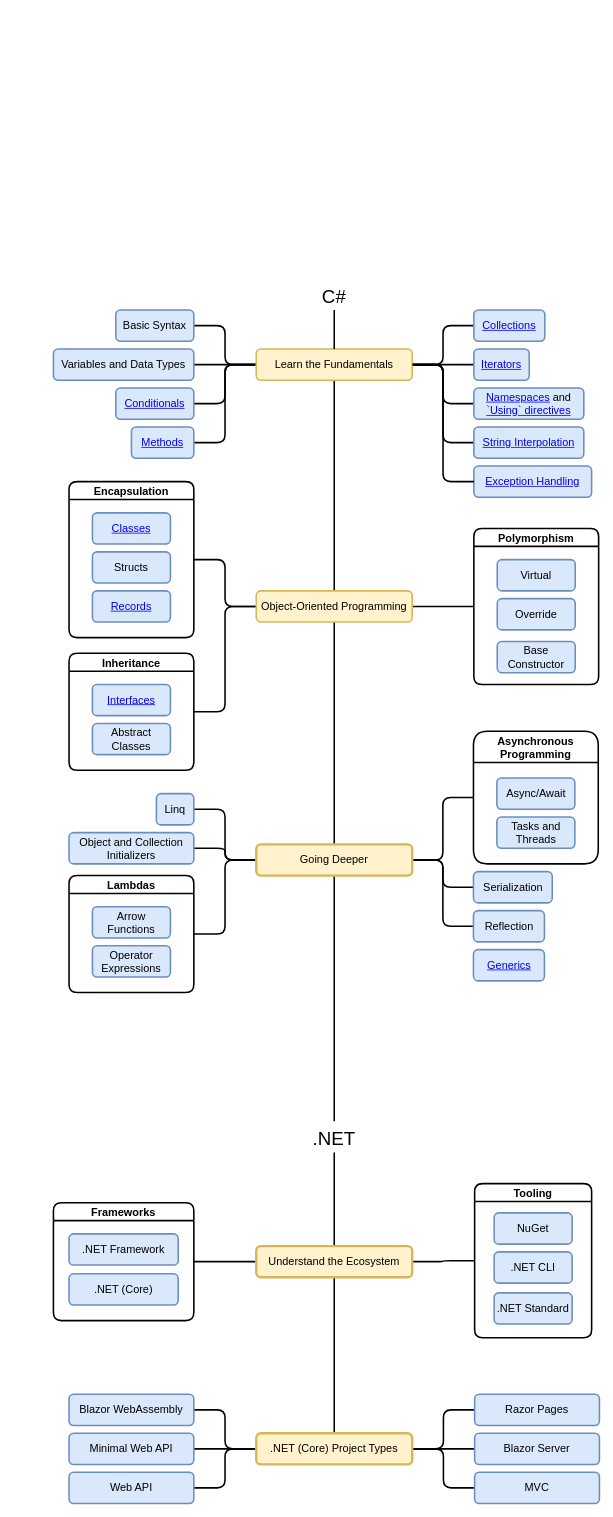
gridlocdev/csharp-learning-roadmap keeps this draw.io diagram as dotnet-developer-roadmap.drawio. Above is the earlier version. Source tidied: cells renumbered, new cells numbered last; positions are measured from the earlier drawing's top-left corner, leaving out a move shared by most shapes. Both pictures are drawn from the tidied source at 78%, with x=0, y=0 at pixel (53, 278).
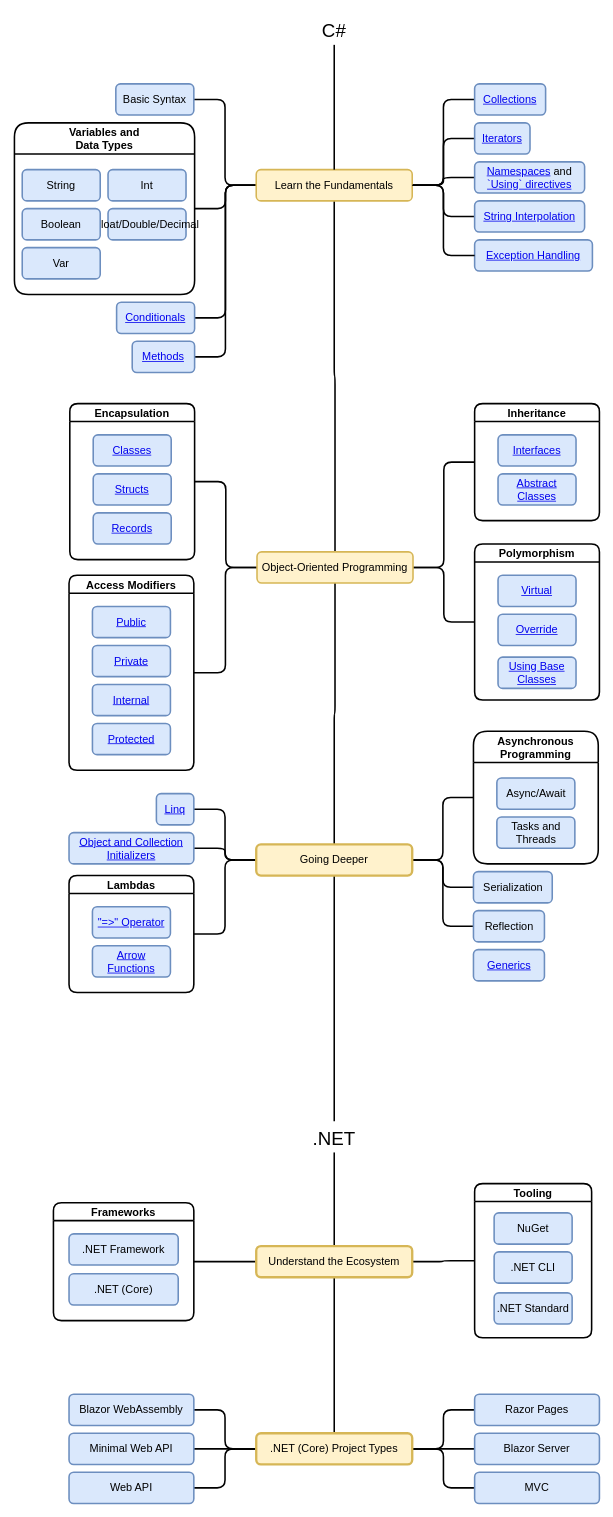
Above is the later version.

The change refers to these unchanged cells:
```xml
<mxCell id="50" value="Lambdas" style="swimlane;rounded=1;fontSize=14;strokeWidth=2;" parent="1" vertex="1">
  <mxGeometry x="20" y="765" width="160" height="150" as="geometry" />
</mxCell>
```

What changed in the source:
```diff
@@
-    <mxCell id="7" style="edgeStyle=orthogonalEdgeStyle;rounded=1;jettySize=auto;html=1;exitX=1;exitY=0.5;exitDx=0;exitDy=0;fontSize=14;endArrow=none;endFill=0;strokeWidth=2;" parent="1" edge="1" source="11" target="20">
-      <mxGeometry relative="1" as="geometry" />
-    </mxCell>
@@
+    <mxCell id="7" style="edgeStyle=orthogonalEdgeStyle;rounded=1;jettySize=auto;html=1;exitX=1;exitY=0.5;exitDx=0;exitDy=0;entryX=0;entryY=0.5;entryDx=0;entryDy=0;endArrow=none;endFill=0;strokeWidth=2;" parent="1" edge="1" source="11" target="20">
+      <mxGeometry relative="1" as="geometry" />
+    </mxCell>
     <mxCell id="11" value="&lt;font style=&quot;font-size: 14px;&quot;&gt;Learn the Fundamentals&lt;/font&gt;" style="rounded=1;whiteSpace=wrap;html=1;fillColor=#fff2cc;strokeColor=#d6b656;strokeWidth=2;fontSize=14;" parent="1" vertex="1">
-      <mxGeometry x="260" y="90" width="200" height="40" as="geometry" />
+      <mxGeometry x="260" y="-140" width="200" height="40" as="geometry" />
     </mxCell>
@@
     <mxCell id="13" value="&lt;div style=&quot;font-size: 24px;&quot;&gt;&lt;font style=&quot;font-size: 24px;&quot;&gt;C#&lt;/font&gt;&lt;/div&gt;" style="text;html=1;strokeColor=none;fillColor=none;align=center;verticalAlign=bottom;whiteSpace=wrap;rounded=0;fontSize=24;" parent="1" vertex="1">
-      <mxGeometry x="330" width="60" height="40" as="geometry" />
+      <mxGeometry x="330" y="-340" width="60" height="40" as="geometry" />
     </mxCell>
     <mxCell id="14" value="&lt;div style=&quot;font-size: 14px;&quot;&gt;Basic Syntax&lt;/div&gt;" style="rounded=1;whiteSpace=wrap;html=1;fillColor=#dae8fc;strokeColor=#6c8ebf;strokeWidth=2;fontSize=14;" parent="1" vertex="1">
-      <mxGeometry x="80" y="40" width="100" height="40" as="geometry" />
+      <mxGeometry x="80" y="-250" width="100" height="40" as="geometry" />
     </mxCell>
-    <mxCell id="15" value="Variables and Data Types" style="rounded=1;whiteSpace=wrap;html=1;fillColor=#dae8fc;strokeColor=#6c8ebf;strokeWidth=2;fontSize=14;" parent="1" vertex="1">
-      <mxGeometry y="90" width="180" height="40" as="geometry" />
-    </mxCell>
     <mxCell id="16" value="&lt;div style=&quot;font-size: 14px&quot;&gt;&lt;a href=&quot;https://docs.microsoft.com/en-us/dotnet/csharp/language-reference/statements/selection-statements&quot;&gt;Conditionals&lt;/a&gt;&lt;/div&gt;" style="rounded=1;whiteSpace=wrap;html=1;fillColor=#dae8fc;strokeColor=#6c8ebf;strokeWidth=2;fontSize=14;" parent="1" vertex="1">
-      <mxGeometry x="80" y="140" width="100" height="40" as="geometry" />
+      <mxGeometry x="81" y="30" width="100" height="40" as="geometry" />
     </mxCell>
     <mxCell id="17" value="&lt;a href=&quot;https://docs.microsoft.com/en-us/dotnet/csharp/methods&quot;&gt;Methods&lt;/a&gt;" style="rounded=1;whiteSpace=wrap;html=1;fillColor=#dae8fc;strokeColor=#6c8ebf;strokeWidth=2;fontSize=14;" parent="1" vertex="1">
-      <mxGeometry x="100" y="190" width="80" height="40" as="geometry" />
+      <mxGeometry x="101" y="80" width="80" height="40" as="geometry" />
     </mxCell>
     <mxCell id="18" value="&lt;a href=&quot;https://docs.microsoft.com/en-us/dotnet/csharp/fundamentals/types/namespaces&quot;&gt;Namespaces&lt;/a&gt; and &lt;a href=&quot;https://docs.microsoft.com/en-us/dotnet/csharp/language-reference/keywords/using-directive&quot;&gt;`Using` directives&lt;/a&gt;" style="rounded=1;whiteSpace=wrap;html=1;fillColor=#dae8fc;strokeColor=#6c8ebf;strokeWidth=2;fontSize=14;" parent="1" vertex="1">
-      <mxGeometry x="539" y="140" width="141" height="40" as="geometry" />
+      <mxGeometry x="540" y="-150" width="141" height="40" as="geometry" />
     </mxCell>
     <mxCell id="19" value="&lt;div style=&quot;font-size: 14px&quot;&gt;&lt;a href=&quot;https://docs.microsoft.com/en-us/dotnet/csharp/programming-guide/concepts/collections&quot;&gt;Collections&lt;/a&gt;&lt;/div&gt;" style="rounded=1;whiteSpace=wrap;html=1;fillColor=#dae8fc;strokeColor=#6c8ebf;strokeWidth=2;fontSize=14;" parent="1" vertex="1">
-      <mxGeometry x="539" y="40" width="91" height="40" as="geometry" />
+      <mxGeometry x="540" y="-250" width="91" height="40" as="geometry" />
     </mxCell>
     <mxCell id="20" value="&lt;div style=&quot;font-size: 14px&quot;&gt;&lt;a href=&quot;https://docs.microsoft.com/en-us/dotnet/csharp/programming-guide/concepts/iterators&quot;&gt;Iterators&lt;/a&gt;&lt;/div&gt;" style="rounded=1;whiteSpace=wrap;html=1;fillColor=#dae8fc;strokeColor=#6c8ebf;strokeWidth=2;fontSize=14;" parent="1" vertex="1">
-      <mxGeometry x="539" y="90" width="71" height="40" as="geometry" />
+      <mxGeometry x="540" y="-200" width="71" height="40" as="geometry" />
     </mxCell>
     <mxCell id="21" value="&lt;div style=&quot;font-size: 14px&quot;&gt;&lt;a href=&quot;https://docs.microsoft.com/en-us/dotnet/csharp/language-reference/tokens/interpolated&quot;&gt;String Interpolation&lt;br style=&quot;font-size: 14px&quot;&gt;&lt;/a&gt;&lt;/div&gt;" style="rounded=1;whiteSpace=wrap;html=1;fillColor=#dae8fc;strokeColor=#6c8ebf;strokeWidth=2;fontSize=14;" parent="1" vertex="1">
-      <mxGeometry x="539" y="190" width="141" height="40" as="geometry" />
+      <mxGeometry x="540" y="-100" width="141" height="40" as="geometry" />
     </mxCell>
     <mxCell id="22" value="&lt;div style=&quot;font-size: 14px&quot;&gt;&lt;a href=&quot;https://docs.microsoft.com/en-us/dotnet/csharp/fundamentals/exceptions/exception-handling&quot;&gt;Exception Handling&lt;/a&gt;&lt;br style=&quot;font-size: 14px&quot;&gt;&lt;/div&gt;" style="rounded=1;whiteSpace=wrap;html=1;fillColor=#dae8fc;strokeColor=#6c8ebf;strokeWidth=2;fontSize=14;" parent="1" vertex="1">
-      <mxGeometry x="539" y="240" width="151" height="40" as="geometry" />
+      <mxGeometry x="540" y="-50" width="151" height="40" as="geometry" />
     </mxCell>
@@
-    <mxCell id="26" style="edgeStyle=orthogonalEdgeStyle;rounded=1;jettySize=auto;html=1;exitX=0;exitY=0.5;exitDx=0;exitDy=0;entryX=1;entryY=0.5;entryDx=0;entryDy=0;fontSize=14;endArrow=none;endFill=0;strokeWidth=2;" parent="1" edge="1" source="28" target="33">
+    <mxCell id="26" style="edgeStyle=orthogonalEdgeStyle;rounded=1;jettySize=auto;html=1;exitX=1;exitY=0.5;exitDx=0;exitDy=0;entryX=0;entryY=0.5;entryDx=0;entryDy=0;fontSize=14;endArrow=none;endFill=0;strokeWidth=2;" parent="1" edge="1" source="28" target="33">
       <mxGeometry relative="1" as="geometry" />
     </mxCell>
@@
+    <mxCell id="85" style="edgeStyle=orthogonalEdgeStyle;rounded=1;jettySize=auto;html=1;exitX=0;exitY=0.5;exitDx=0;exitDy=0;endArrow=none;endFill=0;strokeWidth=2;" parent="1" edge="1" source="28" target="86">
+      <mxGeometry relative="1" as="geometry" />
+    </mxCell>
     <mxCell id="28" value="&lt;div style=&quot;font-size: 14px&quot;&gt;&lt;font style=&quot;font-size: 14px&quot;&gt;Object-Oriented Programming&lt;/font&gt;&lt;/div&gt;" style="rounded=1;whiteSpace=wrap;html=1;fillColor=#fff2cc;strokeColor=#d6b656;strokeWidth=2;" parent="1" vertex="1">
-      <mxGeometry x="260" y="400" width="200" height="40" as="geometry" />
+      <mxGeometry x="261" y="350" width="200" height="40" as="geometry" />
     </mxCell>
     <mxCell id="29" value="Encapsulation" style="swimlane;rounded=1;fontSize=14;strokeWidth=2;" parent="1" vertex="1">
-      <mxGeometry x="20" y="260" width="160" height="200" as="geometry" />
+      <mxGeometry x="21" y="160" width="160" height="200" as="geometry" />
     </mxCell>
@@
-    <mxCell id="31" value="Structs" style="rounded=1;whiteSpace=wrap;html=1;fillColor=#dae8fc;strokeColor=#6c8ebf;strokeWidth=2;fontSize=14;" parent="29" vertex="1">
+    <mxCell id="31" value="&lt;a href=&quot;https://docs.microsoft.com/en-us/dotnet/csharp/language-reference/builtin-types/struct&quot;&gt;Structs&lt;/a&gt;" style="rounded=1;whiteSpace=wrap;html=1;fillColor=#dae8fc;strokeColor=#6c8ebf;strokeWidth=2;fontSize=14;" parent="29" vertex="1">
       <mxGeometry x="30" y="90" width="100" height="40" as="geometry" />
     </mxCell>
@@
     <mxCell id="33" value="Inheritance" style="swimlane;rounded=1;fontSize=14;strokeWidth=2;" parent="1" vertex="1">
-      <mxGeometry x="20" y="480" width="160" height="150" as="geometry" />
+      <mxGeometry x="540" y="160" width="160" height="150" as="geometry" />
     </mxCell>
@@
-    <mxCell id="35" value="Abstract Classes" style="rounded=1;whiteSpace=wrap;html=1;fillColor=#dae8fc;strokeColor=#6c8ebf;strokeWidth=2;fontSize=14;" parent="33" vertex="1">
+    <mxCell id="35" value="&lt;a href=&quot;https://docs.microsoft.com/en-us/dotnet/csharp/language-reference/keywords/abstract&quot;&gt;Abstract Classes&lt;/a&gt;" style="rounded=1;whiteSpace=wrap;html=1;fillColor=#dae8fc;strokeColor=#6c8ebf;strokeWidth=2;fontSize=14;" parent="33" vertex="1">
       <mxGeometry x="30" y="90" width="100" height="40" as="geometry" />
     </mxCell>
     <mxCell id="36" value="Polymorphism" style="swimlane;rounded=1;fontSize=14;strokeWidth=2;" parent="1" vertex="1">
-      <mxGeometry x="539" y="320" width="160" height="200" as="geometry" />
+      <mxGeometry x="540" y="340" width="160" height="200" as="geometry" />
     </mxCell>
-    <mxCell id="37" value="Virtual" style="rounded=1;whiteSpace=wrap;html=1;fillColor=#dae8fc;strokeColor=#6c8ebf;strokeWidth=2;fontSize=14;" parent="36" vertex="1">
+    <mxCell id="37" value="&lt;a href=&quot;https://docs.microsoft.com/en-us/dotnet/csharp/language-reference/keywords/virtual&quot;&gt;Virtual&lt;/a&gt;" style="rounded=1;whiteSpace=wrap;html=1;fillColor=#dae8fc;strokeColor=#6c8ebf;strokeWidth=2;fontSize=14;" parent="36" vertex="1">
       <mxGeometry x="30" y="40" width="100" height="40" as="geometry" />
     </mxCell>
-    <mxCell id="38" value="Override" style="rounded=1;whiteSpace=wrap;html=1;fillColor=#dae8fc;strokeColor=#6c8ebf;strokeWidth=2;fontSize=14;" parent="36" vertex="1">
+    <mxCell id="38" value="&lt;a href=&quot;https://docs.microsoft.com/en-us/dotnet/csharp/language-reference/keywords/override&quot;&gt;Override&lt;/a&gt;" style="rounded=1;whiteSpace=wrap;html=1;fillColor=#dae8fc;strokeColor=#6c8ebf;strokeWidth=2;fontSize=14;" parent="36" vertex="1">
       <mxGeometry x="30" y="90" width="100" height="40" as="geometry" />
     </mxCell>
-    <mxCell id="39" value="Base Constructor" style="rounded=1;whiteSpace=wrap;html=1;fillColor=#dae8fc;strokeColor=#6c8ebf;strokeWidth=2;fontSize=14;" parent="36" vertex="1">
+    <mxCell id="39" value="&lt;a href=&quot;https://docs.microsoft.com/en-us/dotnet/csharp/language-reference/keywords/base&quot;&gt;Using Base Classes&lt;/a&gt;" style="rounded=1;whiteSpace=wrap;html=1;fillColor=#dae8fc;strokeColor=#6c8ebf;strokeWidth=2;fontSize=14;" parent="36" vertex="1">
       <mxGeometry x="30" y="145" width="100" height="40" as="geometry" />
     </mxCell>
@@
-    <mxCell id="48" value="Linq" style="rounded=1;whiteSpace=wrap;html=1;fillColor=#dae8fc;strokeColor=#6c8ebf;strokeWidth=2;fontSize=14;" parent="1" vertex="1">
+    <mxCell id="48" value="&lt;a href=&quot;https://docs.microsoft.com/en-us/dotnet/csharp/linq/&quot;&gt;Linq&lt;/a&gt;" style="rounded=1;whiteSpace=wrap;html=1;fillColor=#dae8fc;strokeColor=#6c8ebf;strokeWidth=2;fontSize=14;" parent="1" vertex="1">
       <mxGeometry x="132" y="660" width="48" height="40" as="geometry" />
     </mxCell>
-    <mxCell id="49" value="Object and Collection Initializers" style="rounded=1;whiteSpace=wrap;html=1;fillColor=#dae8fc;strokeColor=#6c8ebf;strokeWidth=2;fontSize=14;" parent="1" vertex="1">
+    <mxCell id="49" value="&lt;a href=&quot;https://docs.microsoft.com/en-us/dotnet/csharp/programming-guide/classes-and-structs/object-and-collection-initializers&quot;&gt;Object and Collection Initializers&lt;/a&gt;" style="rounded=1;whiteSpace=wrap;html=1;fillColor=#dae8fc;strokeColor=#6c8ebf;strokeWidth=2;fontSize=14;" parent="1" vertex="1">
       <mxGeometry x="20" y="710" width="160" height="40" as="geometry" />
     </mxCell>
@@
-    <mxCell id="51" value="Operator Expressions" style="rounded=1;whiteSpace=wrap;html=1;fillColor=#dae8fc;strokeColor=#6c8ebf;strokeWidth=2;fontSize=14;" parent="50" vertex="1">
+    <mxCell id="51" value="&lt;a href=&quot;https://docs.microsoft.com/en-us/dotnet/csharp/language-reference/operators/lambda-expressions&quot;&gt;Arrow Functions&lt;/a&gt;" style="rounded=1;whiteSpace=wrap;html=1;fillColor=#dae8fc;strokeColor=#6c8ebf;strokeWidth=2;fontSize=14;" parent="50" vertex="1">
       <mxGeometry x="30" y="90" width="100" height="40" as="geometry" />
     </mxCell>
-    <mxCell id="52" value="Arrow Functions" style="rounded=1;whiteSpace=wrap;html=1;fillColor=#dae8fc;strokeColor=#6c8ebf;strokeWidth=2;fontSize=14;" parent="50" vertex="1">
+    <mxCell id="52" value="&lt;a href=&quot;https://docs.microsoft.com/en-us/dotnet/csharp/language-reference/operators/lambda-operator&quot;&gt;&quot;=&amp;gt;&quot; Operator&lt;/a&gt;" style="rounded=1;whiteSpace=wrap;html=1;fillColor=#dae8fc;strokeColor=#6c8ebf;strokeWidth=2;fontSize=14;" parent="50" vertex="1">
       <mxGeometry x="30" y="40" width="100" height="40" as="geometry" />
     </mxCell>
@@
+    <mxCell id="86" value="Access Modifiers" style="swimlane;rounded=1;fontSize=14;strokeWidth=2;" parent="1" vertex="1">
+      <mxGeometry x="20" y="380" width="160" height="250" as="geometry" />
+    </mxCell>
+    <mxCell id="87" value="&lt;a href=&quot;https://docs.microsoft.com/en-us/dotnet/csharp/language-reference/keywords/public&quot;&gt;Public&lt;/a&gt;" style="rounded=1;whiteSpace=wrap;html=1;fillColor=#dae8fc;strokeColor=#6c8ebf;strokeWidth=2;fontSize=14;" parent="86" vertex="1">
+      <mxGeometry x="30" y="40" width="100" height="40" as="geometry" />
+    </mxCell>
+    <mxCell id="88" value="&lt;a href=&quot;https://docs.microsoft.com/en-us/dotnet/csharp/language-reference/keywords/private&quot;&gt;Private&lt;/a&gt;" style="rounded=1;whiteSpace=wrap;html=1;fillColor=#dae8fc;strokeColor=#6c8ebf;strokeWidth=2;fontSize=14;" parent="86" vertex="1">
+      <mxGeometry x="30" y="90" width="100" height="40" as="geometry" />
+    </mxCell>
+    <mxCell id="89" value="&lt;a href=&quot;https://docs.microsoft.com/en-us/dotnet/csharp/language-reference/keywords/internal&quot;&gt;Internal&lt;/a&gt;" style="rounded=1;whiteSpace=wrap;html=1;fillColor=#dae8fc;strokeColor=#6c8ebf;strokeWidth=2;fontSize=14;" parent="86" vertex="1">
+      <mxGeometry x="30" y="140" width="100" height="40" as="geometry" />
+    </mxCell>
+    <mxCell id="90" value="&lt;a href=&quot;https://docs.microsoft.com/en-us/dotnet/csharp/language-reference/keywords/protected&quot;&gt;Protected&lt;/a&gt;" style="rounded=1;whiteSpace=wrap;html=1;fillColor=#dae8fc;strokeColor=#6c8ebf;strokeWidth=2;fontSize=14;" parent="86" vertex="1">
+      <mxGeometry x="30" y="190" width="100" height="40" as="geometry" />
+    </mxCell>
+    <mxCell id="15" value="Variables and&#10;Data Types" style="swimlane;rounded=1;fontSize=14;strokeWidth=2;startSize=40;" parent="1" vertex="1">
+      <mxGeometry x="-50" y="-200" width="231" height="220" as="geometry" />
+    </mxCell>
+    <mxCell id="91" value="Int" style="rounded=1;whiteSpace=wrap;html=1;fillColor=#dae8fc;strokeColor=#6c8ebf;strokeWidth=2;fontSize=14;" parent="15" vertex="1">
+      <mxGeometry x="120" y="60" width="100" height="40" as="geometry" />
+    </mxCell>
+    <mxCell id="92" value="String" style="rounded=1;whiteSpace=wrap;html=1;fillColor=#dae8fc;strokeColor=#6c8ebf;strokeWidth=2;fontSize=14;" parent="15" vertex="1">
+      <mxGeometry x="10" y="60" width="100" height="40" as="geometry" />
+    </mxCell>
+    <mxCell id="93" value="Float/Double/Decimal" style="rounded=1;whiteSpace=wrap;html=1;fillColor=#dae8fc;strokeColor=#6c8ebf;strokeWidth=2;fontSize=14;" parent="15" vertex="1">
+      <mxGeometry x="120" y="110" width="100" height="40" as="geometry" />
+    </mxCell>
+    <mxCell id="94" value="Boolean" style="rounded=1;whiteSpace=wrap;html=1;fillColor=#dae8fc;strokeColor=#6c8ebf;strokeWidth=2;fontSize=14;" parent="15" vertex="1">
+      <mxGeometry x="10" y="110" width="100" height="40" as="geometry" />
+    </mxCell>
+    <mxCell id="95" value="Var" style="rounded=1;whiteSpace=wrap;html=1;fillColor=#dae8fc;strokeColor=#6c8ebf;strokeWidth=2;fontSize=14;" parent="15" vertex="1">
+      <mxGeometry x="10" y="160" width="100" height="40" as="geometry" />
+    </mxCell>
```
